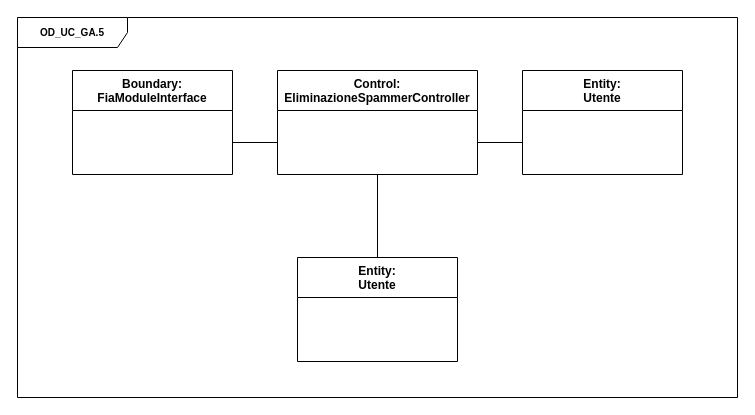
Before: page "OD_UC_GA.5" (1 of 4) of Schemi/RAD/ObjectDiagrams.drawio in EmmanuelEngineer/E.M.A.A., a draw.io diagram. Source tidied: cells renumbered, new cells numbered last; positions are measured from the earlier drawing's top-left corner, leaving out a move shared by most shapes. Both pictures are drawn from the tidied source at 100%, with x=0, y=0 at pixel (17, 17).
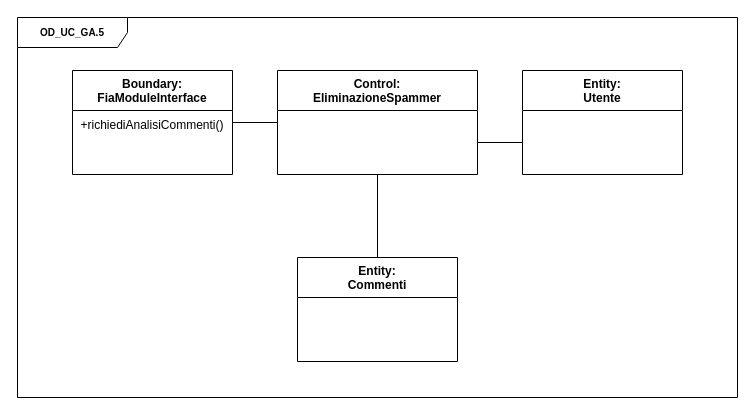
Above is the later version.

Change to the diagram source:
```diff
@@
 <mxGraphModel>
   <root>
     <mxCell id="0" />
     <mxCell id="1" parent="0" />
     <mxCell id="2" value="&lt;font style=&quot;font-size: 10px&quot;&gt;&lt;b&gt;OD_&lt;/b&gt;&lt;b&gt;UC_&lt;/b&gt;&lt;b&gt;GA.5&lt;/b&gt;&lt;/font&gt;" style="shape=umlFrame;whiteSpace=wrap;html=1;width=110;height=30;" parent="1" vertex="1">
       <mxGeometry width="720" height="380" as="geometry" />
     </mxCell>
     <mxCell id="3" value="Entity:&#10;Utente" style="swimlane;fontStyle=1;align=center;verticalAlign=top;horizontal=1;startSize=40;rotation=0;" parent="1" vertex="1">
       <mxGeometry x="505" y="53" width="160" height="104" as="geometry" />
     </mxCell>
     <mxCell id="4" style="line;strokeWidth=1;fillColor=#FFFFFF;align=left;verticalAlign=middle;spacingTop=-1;spacingLeft=3;spacingRight=3;labelPosition=right;points=[];portConstraint=eastwest;strokeColor=none;" parent="3" vertex="1">
       <mxGeometry y="40" width="160" height="64" as="geometry" />
     </mxCell>
     <mxCell id="5" style="edgeStyle=orthogonalEdgeStyle;rounded=0;jettySize=auto;html=1;exitX=0.5;exitY=1;exitDx=0;exitDy=0;endArrow=none;endFill=0;" parent="1" edge="1" source="6" target="12">
       <mxGeometry relative="1" as="geometry" />
     </mxCell>
-    <mxCell id="6" value="Control:&#10;EliminazioneSpammerController" style="swimlane;fontStyle=1;align=center;verticalAlign=top;horizontal=1;startSize=40;" parent="1" vertex="1">
+    <mxCell id="6" value="Control:&#10;EliminazioneSpammer" style="swimlane;fontStyle=1;align=center;verticalAlign=top;horizontal=1;startSize=40;" parent="1" vertex="1">
       <mxGeometry x="260" y="53" width="200" height="104" as="geometry" />
     </mxCell>
     <mxCell id="7" style="line;strokeWidth=1;fillColor=default;align=left;verticalAlign=middle;spacingTop=-1;spacingLeft=3;spacingRight=3;labelPosition=right;points=[];portConstraint=eastwest;strokeColor=none;" parent="6" vertex="1">
       <mxGeometry y="40" width="200" height="64" as="geometry" />
     </mxCell>
+    <mxCell id="14" style="edgeStyle=orthogonalEdgeStyle;rounded=0;jettySize=auto;html=1;exitX=1;exitY=0.5;exitDx=0;exitDy=0;entryX=0;entryY=0.5;entryDx=0;entryDy=0;endArrow=none;endFill=0;" parent="1" edge="1" source="8" target="6">
+      <mxGeometry relative="1" as="geometry" />
+    </mxCell>
     <mxCell id="8" value="Boundary:&#10;FiaModuleInterface" style="swimlane;fontStyle=1;align=center;verticalAlign=top;horizontal=1;startSize=40;" parent="1" vertex="1">
       <mxGeometry x="55" y="53" width="160" height="104" as="geometry" />
     </mxCell>
+    <mxCell id="15" value="+richiediAnalisiCommenti()" style="text;html=1;strokeColor=none;fillColor=none;align=center;verticalAlign=middle;whiteSpace=wrap;rounded=0;" parent="8" vertex="1">
+      <mxGeometry y="40" width="160" height="30" as="geometry" />
+    </mxCell>
     <mxCell id="9" style="line;strokeWidth=1;fillColor=none;align=left;verticalAlign=middle;spacingTop=-1;spacingLeft=3;spacingRight=3;labelPosition=right;points=[];portConstraint=eastwest;strokeColor=none;" parent="8" vertex="1">
-      <mxGeometry y="40" width="160" height="64" as="geometry" />
+      <mxGeometry y="70" width="160" height="34" as="geometry" />
     </mxCell>
     <mxCell id="10" style="edgeStyle=orthogonalEdgeStyle;rounded=0;jettySize=auto;html=1;endArrow=none;endFill=0;" parent="1" edge="1" source="7" target="4">
       <mxGeometry relative="1" as="geometry" />
     </mxCell>
-    <mxCell id="11" style="edgeStyle=orthogonalEdgeStyle;rounded=0;jettySize=auto;html=1;endArrow=none;endFill=0;" parent="1" edge="1" source="7" target="9">
-      <mxGeometry relative="1" as="geometry" />
-    </mxCell>
-    <mxCell id="12" value="Entity:&#10;Utente" style="swimlane;fontStyle=1;align=center;verticalAlign=top;horizontal=1;startSize=40;rotation=0;" parent="1" vertex="1">
+    <mxCell id="12" value="Entity:&#10;Commenti" style="swimlane;fontStyle=1;align=center;verticalAlign=top;horizontal=1;startSize=40;rotation=0;" parent="1" vertex="1">
       <mxGeometry x="280" y="240" width="160" height="104" as="geometry" />
     </mxCell>
     <mxCell id="13" style="line;strokeWidth=1;fillColor=#FFFFFF;align=left;verticalAlign=middle;spacingTop=-1;spacingLeft=3;spacingRight=3;labelPosition=right;strokeColor=none;" parent="12" vertex="1">
       <mxGeometry y="40" width="160" height="64" as="geometry" />
     </mxCell>
   </root>
 </mxGraphModel>
```
